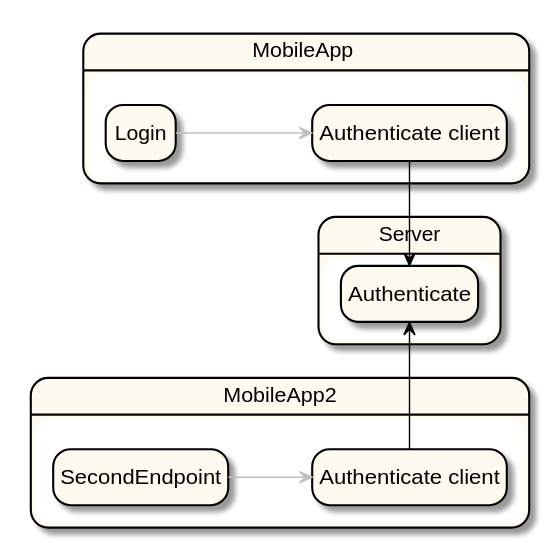
The PlantUML diagram docs/integrationEPA.svg in anz-bank/sysl-catalog, before a commit. Source of this version:
```plantuml
@startuml


left to right direction
scale max 16384 height
hide empty description
skinparam state {
  BackgroundColor FloralWhite
  BorderColor Black
  ArrowColor Crimson
}
state "MobileApp" as X_0 <<highlight>> {
  state "Authenticate client" as _0 <<highlight>>
  state "Login" as _1 <<highlight>>
}
state "MobileApp2" as X_1 <<highlight>> {
  state "Authenticate client" as _2 <<highlight>>
  state "SecondEndpoint" as _3 <<highlight>>
}
state "Server" as X_2 {
  state "Authenticate" as _4
}
_3 -[#silver]-> _2
_2 -[#black]> _4
_1 -[#silver]-> _0
_0 -[#black]> _4
@enduml
```
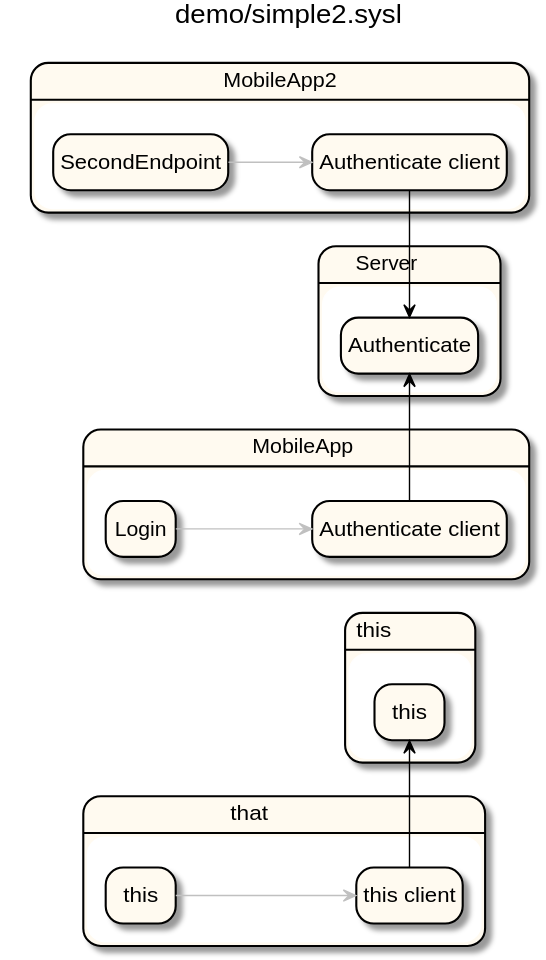
Above is the later version.

Diff of the diagram source:
```diff
@@ -1,6 +1,7 @@
 @startuml
 
 
+title demo/simple2.sysl
 left to right direction
 scale max 16384 height
 hide empty description
@@ -17,11 +18,20 @@
   state "Authenticate client" as _2 <<highlight>>
   state "SecondEndpoint" as _3 <<highlight>>
 }
-state "Server" as X_2 {
-  state "Authenticate" as _4
+state "Server" as X_2 <<highlight>> {
+  state "Authenticate" as _4 <<highlight>>
 }
+state "that" as X_3 <<highlight>> {
+  state "this" as _5 <<highlight>>
+  state "this client" as _6 <<highlight>>
+}
+state "this" as X_4 <<highlight>> {
+  state "this" as _7 <<highlight>>
+}
+_5 -[#silver]-> _6
+_6 -[#black]> _7
+_1 -[#silver]-> _0
+_0 -[#black]> _4
 _3 -[#silver]-> _2
 _2 -[#black]> _4
-_1 -[#silver]-> _0
-_0 -[#black]> _4
 @enduml
```
